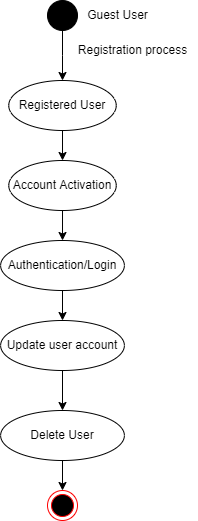
The draw.io diagram State Diagram/Guest User.png in mohitleo03/Software-Engineering-Project-Management, before a commit. Source tidied: cells renumbered, new cells last; positions are measured from the earlier drawing's top-left corner, leaving out a move shared by most shapes. The source it was exported from:
```xml
<mxGraphModel>
  <root>
    <mxCell id="0" />
    <mxCell id="1" parent="0" />
    <mxCell id="2" style="ellipse;html=1;shape=endState;fillColor=#000000;strokeColor=#ff0000;" parent="1" vertex="1">
      <mxGeometry x="47" y="490" width="30" height="30" as="geometry" />
    </mxCell>
    <mxCell id="3" style="edgeStyle=orthogonalEdgeStyle;rounded=0;jettySize=auto;html=1;exitX=0.5;exitY=1;exitDx=0;exitDy=0;" parent="1" edge="1" source="4" target="6">
      <mxGeometry relative="1" as="geometry" />
    </mxCell>
    <mxCell id="4" style="ellipse;whiteSpace=wrap;html=1;fillColor=#000000;" parent="1" vertex="1">
      <mxGeometry x="47" width="30" height="30" as="geometry" />
    </mxCell>
    <mxCell id="5" style="edgeStyle=orthogonalEdgeStyle;rounded=0;jettySize=auto;html=1;exitX=0.5;exitY=1;exitDx=0;exitDy=0;entryX=0.5;entryY=0;entryDx=0;entryDy=0;" parent="1" edge="1" source="6" target="10">
      <mxGeometry relative="1" as="geometry" />
    </mxCell>
    <mxCell id="6" value="Registered User" style="ellipse;whiteSpace=wrap;html=1;fillColor=#FFFFFF;" parent="1" vertex="1">
      <mxGeometry x="8.2" y="80" width="107.5" height="50" as="geometry" />
    </mxCell>
    <mxCell id="7" value="Registration process" style="text;html=1;align=center;verticalAlign=middle;strokeColor=none;fillColor=none;" parent="1" vertex="1">
      <mxGeometry x="67" y="40" width="130" height="20" as="geometry" />
    </mxCell>
    <mxCell id="8" value="Guest User" style="text;html=1;align=center;verticalAlign=middle;strokeColor=none;fillColor=none;" parent="1" vertex="1">
      <mxGeometry x="77" y="5" width="80" height="20" as="geometry" />
    </mxCell>
    <mxCell id="9" style="edgeStyle=orthogonalEdgeStyle;rounded=0;jettySize=auto;html=1;exitX=0.5;exitY=1;exitDx=0;exitDy=0;entryX=0.5;entryY=0;entryDx=0;entryDy=0;" parent="1" edge="1" source="10" target="12">
      <mxGeometry relative="1" as="geometry" />
    </mxCell>
    <mxCell id="10" value="Account Activation" style="ellipse;whiteSpace=wrap;html=1;fillColor=#FFFFFF;" parent="1" vertex="1">
      <mxGeometry x="8.3" y="160" width="107.5" height="50" as="geometry" />
    </mxCell>
    <mxCell id="11" style="edgeStyle=orthogonalEdgeStyle;rounded=0;jettySize=auto;html=1;exitX=0.5;exitY=1;exitDx=0;exitDy=0;" parent="1" edge="1" source="12" target="14">
      <mxGeometry relative="1" as="geometry" />
    </mxCell>
    <mxCell id="12" value="Authentication/Login" style="ellipse;whiteSpace=wrap;html=1;fillColor=#FFFFFF;" parent="1" vertex="1">
      <mxGeometry x="0.1" y="240" width="123.8" height="50" as="geometry" />
    </mxCell>
    <mxCell id="13" style="edgeStyle=orthogonalEdgeStyle;rounded=0;jettySize=auto;html=1;exitX=0.5;exitY=1;exitDx=0;exitDy=0;entryX=0.5;entryY=0;entryDx=0;entryDy=0;" parent="1" edge="1" source="14" target="16">
      <mxGeometry relative="1" as="geometry" />
    </mxCell>
    <mxCell id="14" value="Update user account" style="ellipse;whiteSpace=wrap;html=1;fillColor=#FFFFFF;" parent="1" vertex="1">
      <mxGeometry x="0.1" y="320" width="123.8" height="50" as="geometry" />
    </mxCell>
    <mxCell id="15" style="edgeStyle=orthogonalEdgeStyle;rounded=0;jettySize=auto;html=1;exitX=0.5;exitY=1;exitDx=0;exitDy=0;entryX=0.5;entryY=0;entryDx=0;entryDy=0;" parent="1" edge="1" source="16" target="2">
      <mxGeometry relative="1" as="geometry" />
    </mxCell>
    <mxCell id="16" value="Delete User" style="ellipse;whiteSpace=wrap;html=1;fillColor=#FFFFFF;" parent="1" vertex="1">
      <mxGeometry x="0.1" y="410" width="123.8" height="50" as="geometry" />
    </mxCell>
  </root>
</mxGraphModel>
```
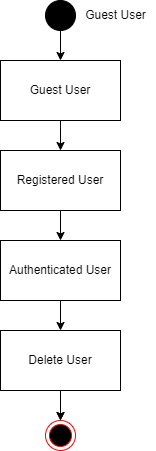
Later version of the same file.

Diff of the diagram source:
```diff
@@ -3,49 +3,43 @@
     <mxCell id="0" />
     <mxCell id="1" parent="0" />
     <mxCell id="2" style="ellipse;html=1;shape=endState;fillColor=#000000;strokeColor=#ff0000;" parent="1" vertex="1">
-      <mxGeometry x="47" y="490" width="30" height="30" as="geometry" />
+      <mxGeometry x="47" y="420" width="30" height="30" as="geometry" />
     </mxCell>
-    <mxCell id="3" style="edgeStyle=orthogonalEdgeStyle;rounded=0;jettySize=auto;html=1;exitX=0.5;exitY=1;exitDx=0;exitDy=0;" parent="1" edge="1" source="4" target="6">
-      <mxGeometry relative="1" as="geometry" />
-    </mxCell>
+    <mxCell id="17" style="edgeStyle=orthogonalEdgeStyle;rounded=0;jettySize=auto;html=1;exitX=0.5;exitY=1;exitDx=0;exitDy=0;entryX=0.5;entryY=0;entryDx=0;entryDy=0;" parent="1" edge="1" source="4" target="19">
+      <mxGeometry relative="1" as="geometry" />
+    </mxCell>
     <mxCell id="4" style="ellipse;whiteSpace=wrap;html=1;fillColor=#000000;" parent="1" vertex="1">
       <mxGeometry x="47" width="30" height="30" as="geometry" />
     </mxCell>
-    <mxCell id="5" style="edgeStyle=orthogonalEdgeStyle;rounded=0;jettySize=auto;html=1;exitX=0.5;exitY=1;exitDx=0;exitDy=0;entryX=0.5;entryY=0;entryDx=0;entryDy=0;" parent="1" edge="1" source="6" target="10">
-      <mxGeometry relative="1" as="geometry" />
-    </mxCell>
+    <mxCell id="8" value="Guest User" style="text;html=1;align=center;verticalAlign=middle;strokeColor=none;fillColor=none;" parent="1" vertex="1">
+      <mxGeometry x="77" y="5" width="80" height="20" as="geometry" />
+    </mxCell>
+    <mxCell id="18" style="edgeStyle=orthogonalEdgeStyle;rounded=0;jettySize=auto;html=1;exitX=0.5;exitY=1;exitDx=0;exitDy=0;entryX=0.5;entryY=0;entryDx=0;entryDy=0;" parent="1" edge="1" source="19" target="6">
+      <mxGeometry relative="1" as="geometry" />
+    </mxCell>
+    <mxCell id="19" value="Guest User" style="rounded=0;whiteSpace=wrap;html=1;" parent="1" vertex="1">
+      <mxGeometry x="2" y="60" width="120" height="60" as="geometry" />
+    </mxCell>
+    <mxCell id="20" style="edgeStyle=orthogonalEdgeStyle;rounded=0;jettySize=auto;html=1;exitX=0.5;exitY=1;exitDx=0;exitDy=0;entryX=0.5;entryY=0;entryDx=0;entryDy=0;" parent="1" edge="1" source="6" target="22">
+      <mxGeometry relative="1" as="geometry" />
+    </mxCell>
-    <mxCell id="6" value="Registered User" style="ellipse;whiteSpace=wrap;html=1;fillColor=#FFFFFF;" parent="1" vertex="1">
-      <mxGeometry x="8.2" y="80" width="107.5" height="50" as="geometry" />
+    <mxCell id="6" value="Registered User" style="rounded=0;whiteSpace=wrap;html=1;" parent="1" vertex="1">
+      <mxGeometry x="2" y="150" width="120" height="60" as="geometry" />
     </mxCell>
-    <mxCell id="7" value="Registration process" style="text;html=1;align=center;verticalAlign=middle;strokeColor=none;fillColor=none;" parent="1" vertex="1">
-      <mxGeometry x="67" y="40" width="130" height="20" as="geometry" />
-    </mxCell>
-    <mxCell id="8" value="Guest User" style="text;html=1;align=center;verticalAlign=middle;strokeColor=none;fillColor=none;" parent="1" vertex="1">
-      <mxGeometry x="77" y="5" width="80" height="20" as="geometry" />
-    </mxCell>
-    <mxCell id="9" style="edgeStyle=orthogonalEdgeStyle;rounded=0;jettySize=auto;html=1;exitX=0.5;exitY=1;exitDx=0;exitDy=0;entryX=0.5;entryY=0;entryDx=0;entryDy=0;" parent="1" edge="1" source="10" target="12">
-      <mxGeometry relative="1" as="geometry" />
-    </mxCell>
-    <mxCell id="10" value="Account Activation" style="ellipse;whiteSpace=wrap;html=1;fillColor=#FFFFFF;" parent="1" vertex="1">
-      <mxGeometry x="8.3" y="160" width="107.5" height="50" as="geometry" />
-    </mxCell>
-    <mxCell id="11" style="edgeStyle=orthogonalEdgeStyle;rounded=0;jettySize=auto;html=1;exitX=0.5;exitY=1;exitDx=0;exitDy=0;" parent="1" edge="1" source="12" target="14">
-      <mxGeometry relative="1" as="geometry" />
-    </mxCell>
-    <mxCell id="12" value="Authentication/Login" style="ellipse;whiteSpace=wrap;html=1;fillColor=#FFFFFF;" parent="1" vertex="1">
-      <mxGeometry x="0.1" y="240" width="123.8" height="50" as="geometry" />
-    </mxCell>
-    <mxCell id="13" style="edgeStyle=orthogonalEdgeStyle;rounded=0;jettySize=auto;html=1;exitX=0.5;exitY=1;exitDx=0;exitDy=0;entryX=0.5;entryY=0;entryDx=0;entryDy=0;" parent="1" edge="1" source="14" target="16">
-      <mxGeometry relative="1" as="geometry" />
-    </mxCell>
-    <mxCell id="14" value="Update user account" style="ellipse;whiteSpace=wrap;html=1;fillColor=#FFFFFF;" parent="1" vertex="1">
-      <mxGeometry x="0.1" y="320" width="123.8" height="50" as="geometry" />
-    </mxCell>
-    <mxCell id="15" style="edgeStyle=orthogonalEdgeStyle;rounded=0;jettySize=auto;html=1;exitX=0.5;exitY=1;exitDx=0;exitDy=0;entryX=0.5;entryY=0;entryDx=0;entryDy=0;" parent="1" edge="1" source="16" target="2">
-      <mxGeometry relative="1" as="geometry" />
-    </mxCell>
+    <mxCell id="21" style="edgeStyle=orthogonalEdgeStyle;rounded=0;jettySize=auto;html=1;exitX=0.5;exitY=1;exitDx=0;exitDy=0;entryX=0.5;entryY=0;entryDx=0;entryDy=0;" parent="1" edge="1" source="22" target="16">
+      <mxGeometry relative="1" as="geometry" />
+    </mxCell>
+    <mxCell id="22" value="Authenticated User" style="rounded=0;whiteSpace=wrap;html=1;" parent="1" vertex="1">
+      <mxGeometry x="2" y="240" width="120" height="60" as="geometry" />
+    </mxCell>
+    <mxCell id="23" style="edgeStyle=orthogonalEdgeStyle;rounded=0;jettySize=auto;html=1;exitX=0.5;exitY=1;exitDx=0;exitDy=0;entryX=0.5;entryY=0;entryDx=0;entryDy=0;" parent="1" edge="1" source="16" target="2">
+      <mxGeometry relative="1" as="geometry" />
+    </mxCell>
+    <mxCell id="24" style="edgeStyle=orthogonalEdgeStyle;rounded=0;jettySize=auto;html=1;" parent="1" edge="1" source="16" target="2">
+      <mxGeometry relative="1" as="geometry" />
+    </mxCell>
-    <mxCell id="16" value="Delete User" style="ellipse;whiteSpace=wrap;html=1;fillColor=#FFFFFF;" parent="1" vertex="1">
-      <mxGeometry x="0.1" y="410" width="123.8" height="50" as="geometry" />
+    <mxCell id="16" value="Delete User" style="rounded=0;whiteSpace=wrap;html=1;" parent="1" vertex="1">
+      <mxGeometry x="2" y="330" width="120" height="60" as="geometry" />
     </mxCell>
   </root>
 </mxGraphModel>
```
